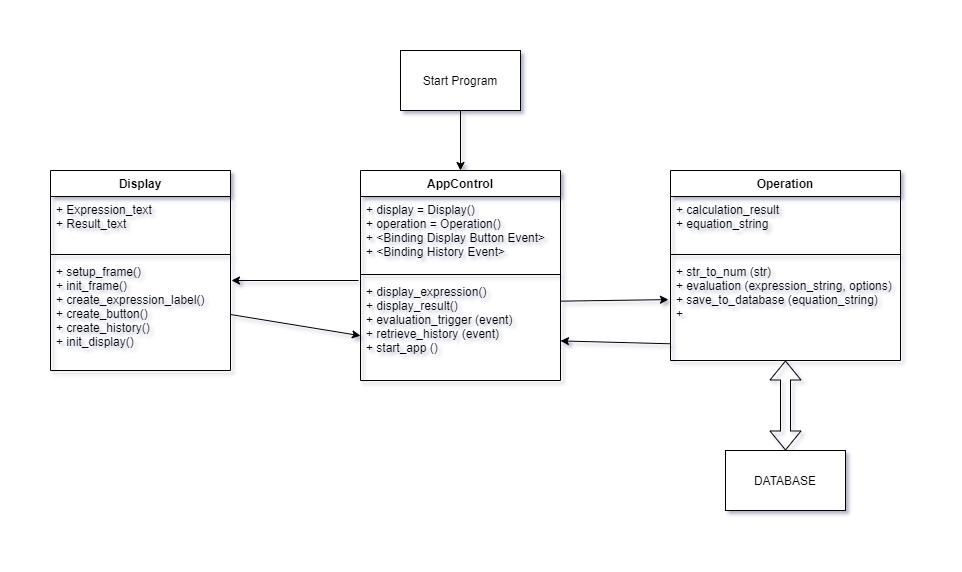
Before: Diagram.png, a diagram exported from draw.io (HoangNKQ/TkCalculator). Source tidied: cells renumbered, new cells last; positions are measured from the earlier drawing's top-left corner, leaving out a move shared by most shapes.
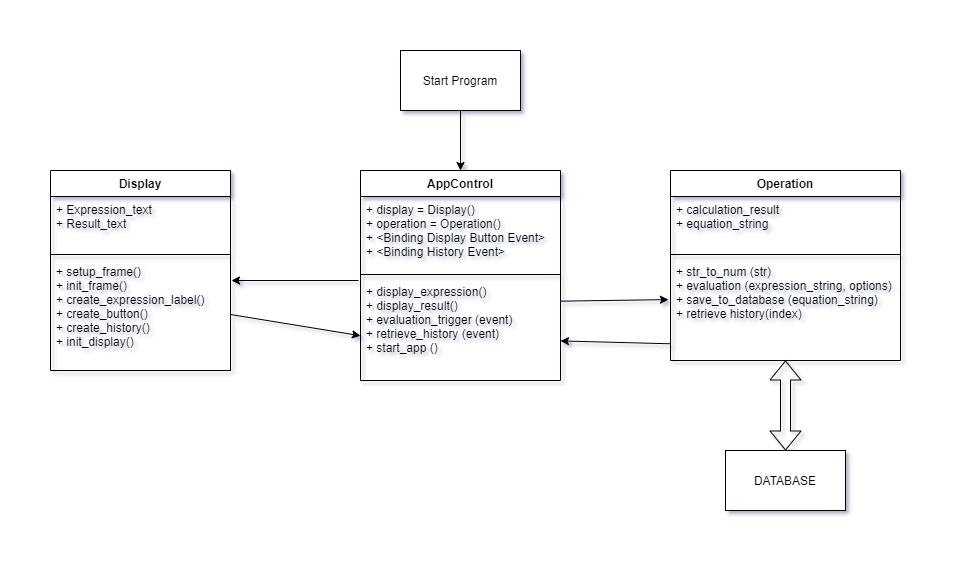
After the change.

Change to the diagram source:
```diff
@@ -35,7 +35,7 @@
     <mxCell id="12" style="line;strokeWidth=1;fillColor=none;align=left;verticalAlign=middle;spacingTop=-1;spacingLeft=3;spacingRight=3;labelPosition=right;" parent="10" vertex="1">
       <mxGeometry y="80" width="230" height="8" as="geometry" />
     </mxCell>
-    <mxCell id="13" value="+ str_to_num (str)&#10;+ evaluation (expression_string, options)&#10;+ save_to_database (equation_string)&#10;+ " style="text;strokeColor=none;fillColor=none;align=left;verticalAlign=top;spacingLeft=4;spacingRight=4;overflow=hidden;points=[[0,0.5],[1,0.5]];portConstraint=eastwest;" parent="10" vertex="1">
+    <mxCell id="13" value="+ str_to_num (str)&#10;+ evaluation (expression_string, options)&#10;+ save_to_database (equation_string)&#10;+ retrieve history(index)" style="text;strokeColor=none;fillColor=none;align=left;verticalAlign=top;spacingLeft=4;spacingRight=4;overflow=hidden;points=[[0,0.5],[1,0.5]];portConstraint=eastwest;" parent="10" vertex="1">
       <mxGeometry y="88" width="230" height="102" as="geometry" />
     </mxCell>
     <mxCell id="14" value="Start Program" style="rounded=0;whiteSpace=wrap;html=1;" parent="1" vertex="1">
```
